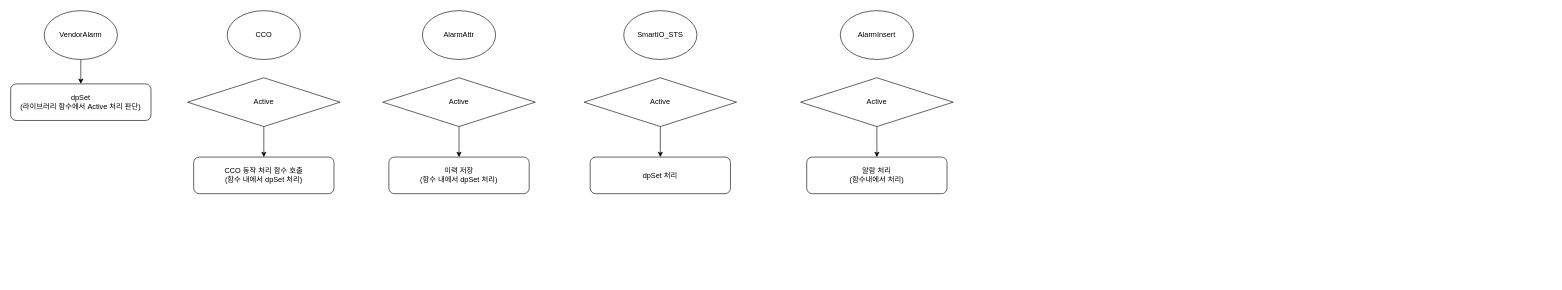
Before: CodeReviewTool/doc/스크립트별Active동작조건 .drawio in kimhopepa/PythonPjt, a draw.io diagram. Source tidied: cells renumbered, new cells numbered last; positions are measured from the earlier drawing's top-left corner, leaving out a move shared by most shapes. Both pictures are drawn from the tidied source at 61%, with x=0, y=0 at pixel (10, 10).
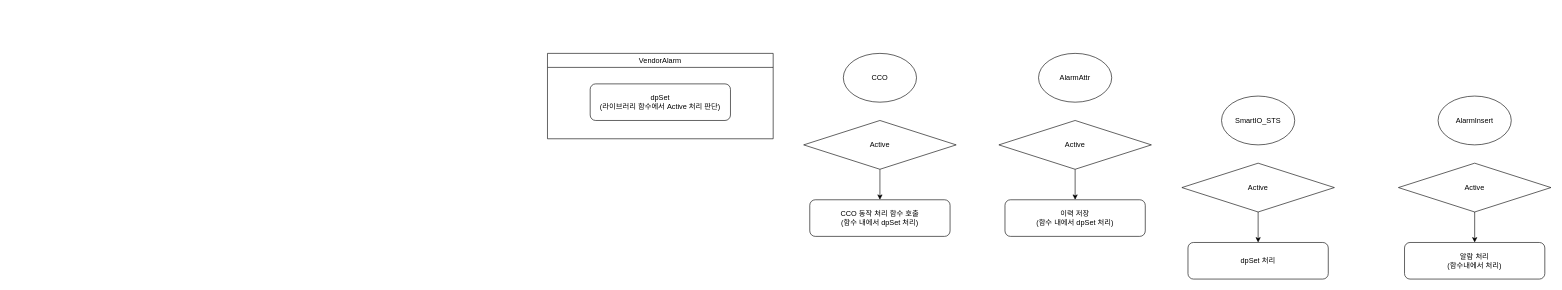
The same diagram, later.

Change to the diagram source:
```diff
@@
-    <mxCell id="2" value="dpSet&lt;br&gt;(라이브러리 함수에서 Active 처리 판단)" style="rounded=1;whiteSpace=wrap;html=1;" parent="1" vertex="1">
-      <mxGeometry y="120" width="230" height="60" as="geometry" />
-    </mxCell>
-    <mxCell id="3" style="edgeStyle=orthogonalEdgeStyle;rounded=0;jettySize=auto;html=1;exitX=0.5;exitY=1;exitDx=0;exitDy=0;" parent="1" edge="1" source="4" target="2">
-      <mxGeometry relative="1" as="geometry" />
-    </mxCell>
-    <mxCell id="4" value="VendorAlarm" style="ellipse;whiteSpace=wrap;html=1;" parent="1" vertex="1">
-      <mxGeometry x="55" width="120" height="80" as="geometry" />
-    </mxCell>
     <mxCell id="5" value="CCO 동작 처리 함수 호출&lt;br&gt;(함수 내에서 dpSet 처리)" style="rounded=1;whiteSpace=wrap;html=1;" parent="1" vertex="1">
-      <mxGeometry x="300" y="240" width="230" height="60" as="geometry" />
+      <mxGeometry x="1310" y="310" width="230" height="60" as="geometry" />
     </mxCell>
     <mxCell id="6" value="CCO" style="ellipse;whiteSpace=wrap;html=1;" parent="1" vertex="1">
-      <mxGeometry x="355" width="120" height="80" as="geometry" />
+      <mxGeometry x="1365" y="70" width="120" height="80" as="geometry" />
     </mxCell>
-    <mxCell id="7" style="edgeStyle=orthogonalEdgeStyle;rounded=0;jettySize=auto;html=1;exitX=0.5;exitY=1;exitDx=0;exitDy=0;" parent="1" edge="1" source="8" target="5">
-      <mxGeometry relative="1" as="geometry" />
-    </mxCell>
-    <mxCell id="8" value="Active" style="rhombus;whiteSpace=wrap;html=1;" parent="1" vertex="1">
-      <mxGeometry x="290" y="110" width="250" height="80" as="geometry" />
-    </mxCell>
+    <mxCell id="21" style="edgeStyle=orthogonalEdgeStyle;rounded=0;jettySize=auto;html=1;exitX=0.5;exitY=1;exitDx=0;exitDy=0;" parent="1" edge="1" source="22" target="5">
+      <mxGeometry relative="1" as="geometry" />
+    </mxCell>
+    <mxCell id="22" value="Active" style="rhombus;whiteSpace=wrap;html=1;" parent="1" vertex="1">
+      <mxGeometry x="1300" y="180" width="250" height="80" as="geometry" />
+    </mxCell>
     <mxCell id="9" value="이력 저장&lt;br&gt;(함수 내에서 dpSet 처리)" style="rounded=1;whiteSpace=wrap;html=1;" parent="1" vertex="1">
-      <mxGeometry x="620" y="240" width="230" height="60" as="geometry" />
+      <mxGeometry x="1630" y="310" width="230" height="60" as="geometry" />
     </mxCell>
     <mxCell id="10" value="AlarmAttr" style="ellipse;whiteSpace=wrap;html=1;" parent="1" vertex="1">
-      <mxGeometry x="675" width="120" height="80" as="geometry" />
+      <mxGeometry x="1685" y="70" width="120" height="80" as="geometry" />
     </mxCell>
-    <mxCell id="11" style="edgeStyle=orthogonalEdgeStyle;rounded=0;jettySize=auto;html=1;exitX=0.5;exitY=1;exitDx=0;exitDy=0;" parent="1" edge="1" source="12" target="9">
-      <mxGeometry relative="1" as="geometry" />
-    </mxCell>
-    <mxCell id="12" value="Active" style="rhombus;whiteSpace=wrap;html=1;" parent="1" vertex="1">
-      <mxGeometry x="610" y="110" width="250" height="80" as="geometry" />
-    </mxCell>
+    <mxCell id="23" style="edgeStyle=orthogonalEdgeStyle;rounded=0;jettySize=auto;html=1;exitX=0.5;exitY=1;exitDx=0;exitDy=0;" parent="1" edge="1" source="24" target="9">
+      <mxGeometry relative="1" as="geometry" />
+    </mxCell>
+    <mxCell id="24" value="Active" style="rhombus;whiteSpace=wrap;html=1;" parent="1" vertex="1">
+      <mxGeometry x="1620" y="180" width="250" height="80" as="geometry" />
+    </mxCell>
     <mxCell id="13" value="SmartIO_STS" style="ellipse;whiteSpace=wrap;html=1;" parent="1" vertex="1">
-      <mxGeometry x="1005" width="120" height="80" as="geometry" />
+      <mxGeometry x="1985" y="140" width="120" height="80" as="geometry" />
     </mxCell>
-    <mxCell id="14" style="edgeStyle=orthogonalEdgeStyle;rounded=0;jettySize=auto;html=1;exitX=0.5;exitY=1;exitDx=0;exitDy=0;entryX=0.5;entryY=0;entryDx=0;entryDy=0;" parent="1" edge="1" source="15" target="16">
-      <mxGeometry relative="1" as="geometry" />
-    </mxCell>
-    <mxCell id="15" value="Active" style="rhombus;whiteSpace=wrap;html=1;" parent="1" vertex="1">
-      <mxGeometry x="940" y="110" width="250" height="80" as="geometry" />
-    </mxCell>
+    <mxCell id="25" style="edgeStyle=orthogonalEdgeStyle;rounded=0;jettySize=auto;html=1;exitX=0.5;exitY=1;exitDx=0;exitDy=0;entryX=0.5;entryY=0;entryDx=0;entryDy=0;" parent="1" edge="1" source="26" target="16">
+      <mxGeometry relative="1" as="geometry" />
+    </mxCell>
+    <mxCell id="26" value="Active" style="rhombus;whiteSpace=wrap;html=1;" parent="1" vertex="1">
+      <mxGeometry x="1920" y="250" width="250" height="80" as="geometry" />
+    </mxCell>
     <mxCell id="16" value="dpSet 처리" style="rounded=1;whiteSpace=wrap;html=1;" parent="1" vertex="1">
-      <mxGeometry x="950" y="240" width="230" height="60" as="geometry" />
+      <mxGeometry x="1930" y="380" width="230" height="60" as="geometry" />
     </mxCell>
     <mxCell id="17" value="AlarmInsert" style="ellipse;whiteSpace=wrap;html=1;" parent="1" vertex="1">
-      <mxGeometry x="1360" width="120" height="80" as="geometry" />
+      <mxGeometry x="2340" y="140" width="120" height="80" as="geometry" />
     </mxCell>
-    <mxCell id="18" style="edgeStyle=orthogonalEdgeStyle;rounded=0;jettySize=auto;html=1;exitX=0.5;exitY=1;exitDx=0;exitDy=0;" parent="1" edge="1" source="19" target="20">
-      <mxGeometry relative="1" as="geometry" />
-    </mxCell>
-    <mxCell id="19" value="Active" style="rhombus;whiteSpace=wrap;html=1;" parent="1" vertex="1">
-      <mxGeometry x="1295" y="110" width="250" height="80" as="geometry" />
-    </mxCell>
+    <mxCell id="27" style="edgeStyle=orthogonalEdgeStyle;rounded=0;jettySize=auto;html=1;exitX=0.5;exitY=1;exitDx=0;exitDy=0;" parent="1" edge="1" source="28" target="20">
+      <mxGeometry relative="1" as="geometry" />
+    </mxCell>
+    <mxCell id="28" value="Active" style="rhombus;whiteSpace=wrap;html=1;" parent="1" vertex="1">
+      <mxGeometry x="2275" y="250" width="250" height="80" as="geometry" />
+    </mxCell>
     <mxCell id="20" value="알람 처리&lt;br&gt;(함수내에서 처리)" style="rounded=1;whiteSpace=wrap;html=1;" parent="1" vertex="1">
-      <mxGeometry x="1305" y="240" width="230" height="60" as="geometry" />
+      <mxGeometry x="2285" y="380" width="230" height="60" as="geometry" />
     </mxCell>
+    <mxCell id="4" value="&lt;span style=&quot;font-weight: 400;&quot;&gt;VendorAlarm&lt;/span&gt;" style="swimlane;whiteSpace=wrap;html=1;" parent="1" vertex="1">
+      <mxGeometry x="880" y="70" width="370" height="140" as="geometry" />
+    </mxCell>
+    <mxCell id="2" value="dpSet&lt;br&gt;(라이브러리 함수에서 Active 처리 판단)" style="rounded=1;whiteSpace=wrap;html=1;" parent="4" vertex="1">
+      <mxGeometry x="70" y="50" width="230" height="60" as="geometry" />
+    </mxCell>
```
